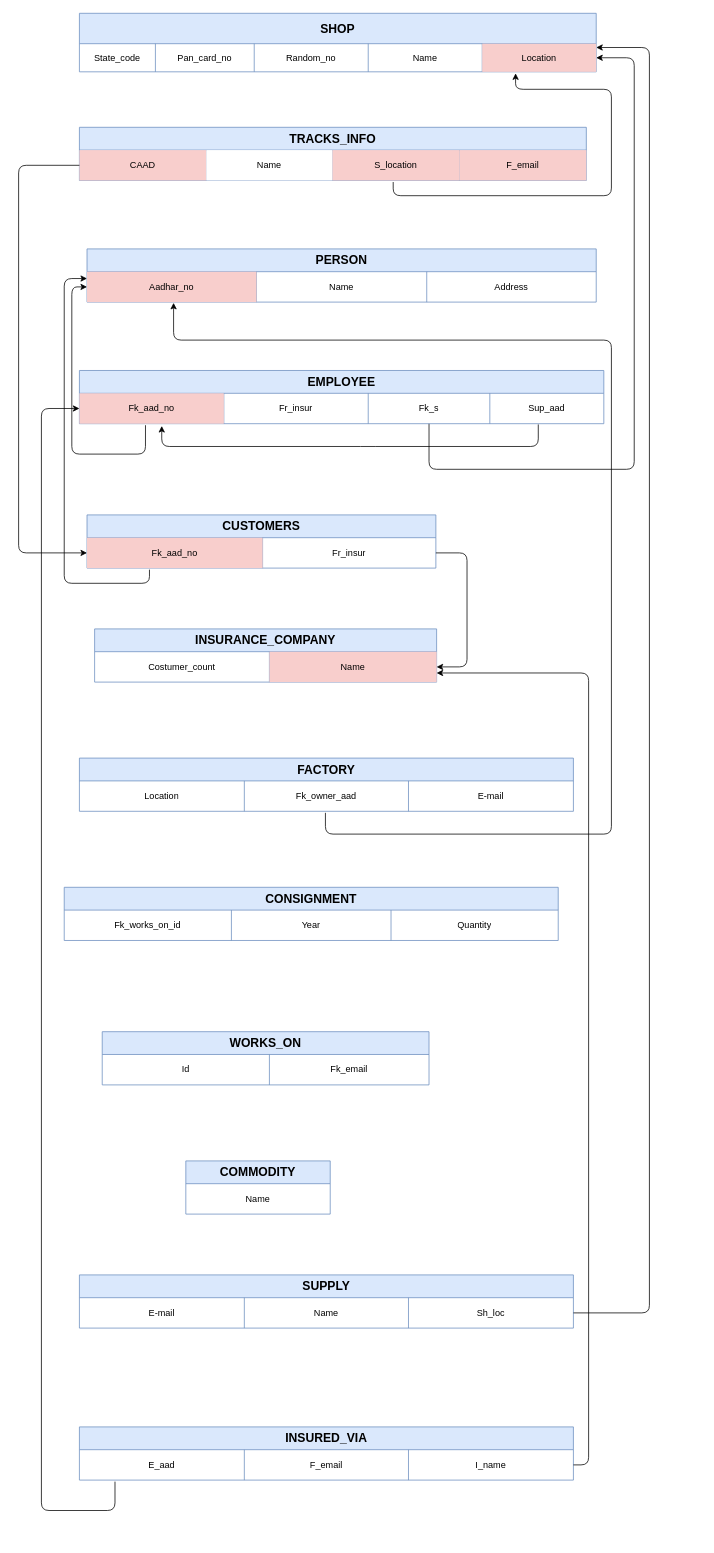
This is Untitled Diagram.drawio from xLeviackermanX/da_link, a draw.io file, before an edit. Source tidied: cells renumbered, new cells numbered last; positions are measured from the earlier drawing's top-left corner, leaving out a move shared by most shapes. Both pictures are drawn from the tidied source at 76%, with x=0, y=0 at pixel (18, 13).
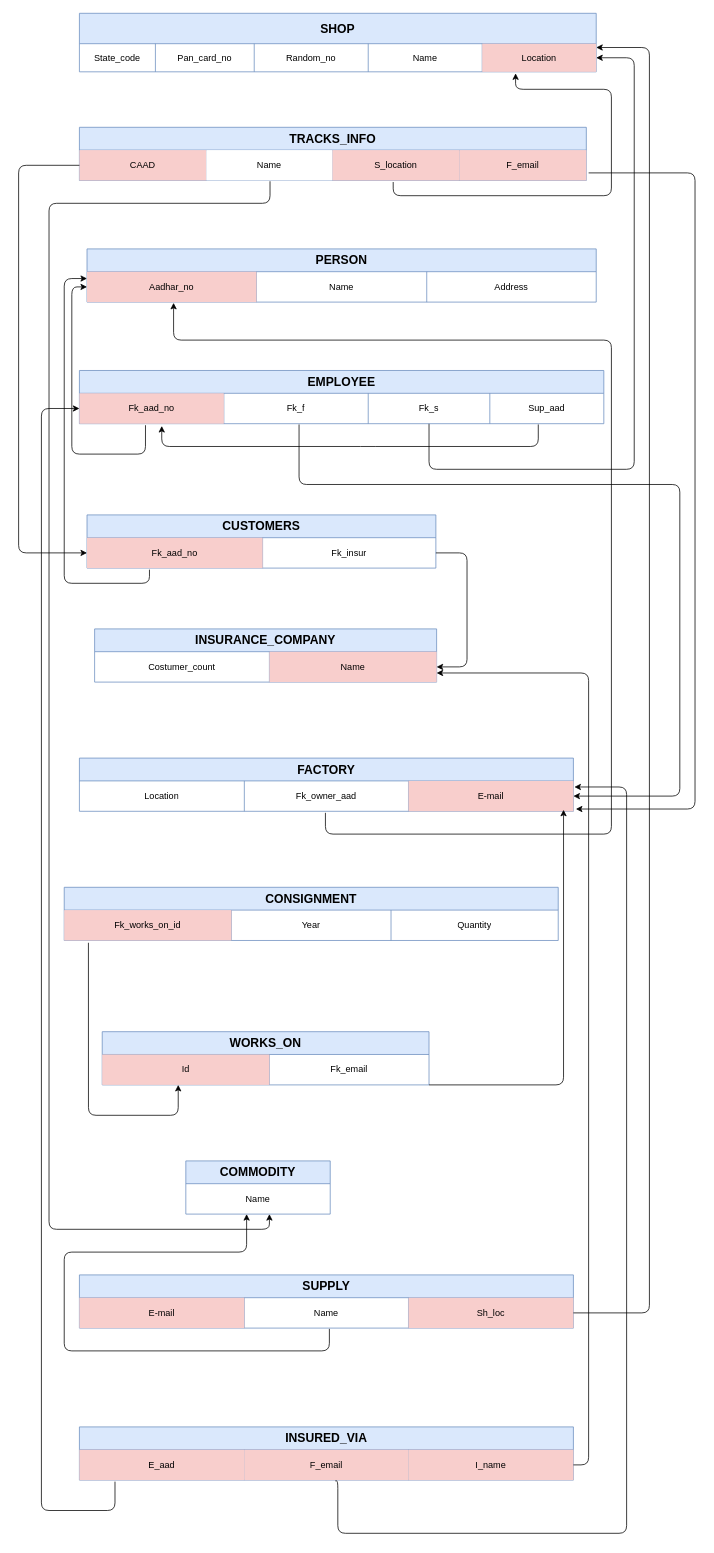
After the change.

The change refers to these unchanged cells:
```xml
<mxCell id="10" style="shape=partialRectangle;html=1;whiteSpace=wrap;fillColor=none;top=0;left=0;bottom=0;right=0;points=[[0,0.5],[1,0.5]];portConstraint=eastwest;" parent="9" vertex="1">
  <mxGeometry y="30" width="667" height="40" as="geometry" />
</mxCell>
<mxCell id="21" style="shape=partialRectangle;html=1;whiteSpace=wrap;fillColor=none;top=0;left=0;bottom=0;right=0;points=[[0,0.5],[1,0.5]];portConstraint=eastwest;" parent="20" vertex="1">
  <mxGeometry y="30" width="459" height="40" as="geometry" />
</mxCell>
<mxCell id="31" style="shape=partialRectangle;html=1;whiteSpace=wrap;fillColor=none;top=0;left=0;bottom=0;right=0;points=[[0,0.5],[1,0.5]];portConstraint=eastwest;" parent="30" vertex="1">
  <mxGeometry y="30" width="650" height="40" as="geometry" />
</mxCell>
<mxCell id="36" style="shape=partialRectangle;html=1;whiteSpace=wrap;fillColor=none;top=0;left=0;bottom=0;right=0;points=[[0,0.5],[1,0.5]];portConstraint=eastwest;" parent="35" vertex="1">
  <mxGeometry y="30" width="690" height="40" as="geometry" />
</mxCell>
<mxCell id="43" style="shape=partialRectangle;html=1;whiteSpace=wrap;fillColor=none;top=0;left=0;bottom=0;right=0;points=[[0,0.5],[1,0.5]];portConstraint=eastwest;" parent="42" vertex="1">
  <mxGeometry y="30" width="650" height="40" as="geometry" />
</mxCell>
<mxCell id="48" style="shape=partialRectangle;html=1;whiteSpace=wrap;fillColor=none;top=0;left=0;bottom=0;right=0;points=[[0,0.5],[1,0.5]];portConstraint=eastwest;" parent="47" vertex="1">
  <mxGeometry y="30" width="650" height="40" as="geometry" />
</mxCell>
<mxCell id="53" style="shape=partialRectangle;html=1;whiteSpace=wrap;fillColor=none;top=0;left=0;bottom=0;right=0;points=[[0,0.5],[1,0.5]];portConstraint=eastwest;" parent="52" vertex="1">
  <mxGeometry y="30" width="650" height="40" as="geometry" />
</mxCell>
<mxCell id="58" style="shape=partialRectangle;html=1;whiteSpace=wrap;fillColor=none;top=0;left=0;bottom=0;right=0;" parent="57" vertex="1">
  <mxGeometry y="30" width="430" height="40" as="geometry" />
</mxCell>
```

Diff of the diagram source:
```diff
@@
-    <mxCell id="23" value="Fr_insur" style="shape=partialRectangle;html=1;whiteSpace=wrap;fillColor=none;top=0;left=0;bottom=0;right=0;overflow=hidden;" parent="21" vertex="1">
+    <mxCell id="23" value="Fk_insur" style="shape=partialRectangle;html=1;whiteSpace=wrap;fillColor=none;top=0;left=0;bottom=0;right=0;overflow=hidden;" parent="21" vertex="1">
       <mxGeometry x="231" width="228" height="40" as="geometry" />
     </mxCell>
@@
-    <mxCell id="34" value="E-mail" style="shape=partialRectangle;html=1;whiteSpace=wrap;fillColor=none;top=0;left=0;bottom=0;right=0;overflow=hidden;" parent="31" vertex="1">
+    <mxCell id="34" value="E-mail" style="shape=partialRectangle;html=1;whiteSpace=wrap;fillColor=#f8cecc;top=0;left=0;bottom=0;right=0;overflow=hidden;strokeColor=#b85450;" parent="31" vertex="1">
       <mxGeometry x="433" width="217" height="40" as="geometry" />
     </mxCell>
@@
-    <mxCell id="38" value="Fr_insur" style="shape=partialRectangle;html=1;whiteSpace=wrap;fillColor=none;top=0;left=0;bottom=0;right=0;overflow=hidden;" parent="36" vertex="1">
+    <mxCell id="38" value="Fk_f" style="shape=partialRectangle;html=1;whiteSpace=wrap;fillColor=none;top=0;left=0;bottom=0;right=0;overflow=hidden;" parent="36" vertex="1">
       <mxGeometry x="190" width="190" height="40" as="geometry" />
     </mxCell>
@@
-    <mxCell id="44" value="E_aad" style="shape=partialRectangle;html=1;whiteSpace=wrap;fillColor=none;top=0;left=0;bottom=0;right=0;overflow=hidden;" parent="43" vertex="1">
+    <mxCell id="44" value="E_aad" style="shape=partialRectangle;html=1;whiteSpace=wrap;fillColor=#f8cecc;top=0;left=0;bottom=0;right=0;overflow=hidden;strokeColor=#b85450;" parent="43" vertex="1">
       <mxGeometry width="217" height="40" as="geometry" />
     </mxCell>
-    <mxCell id="45" value="F_email" style="shape=partialRectangle;html=1;whiteSpace=wrap;fillColor=none;top=0;left=0;bottom=0;right=0;overflow=hidden;" parent="43" vertex="1">
+    <mxCell id="45" value="F_email" style="shape=partialRectangle;html=1;whiteSpace=wrap;fillColor=#f8cecc;top=0;left=0;bottom=0;right=0;overflow=hidden;strokeColor=#b85450;" parent="43" vertex="1">
       <mxGeometry x="217" width="216" height="40" as="geometry" />
     </mxCell>
-    <mxCell id="46" value="I_name" style="shape=partialRectangle;html=1;whiteSpace=wrap;fillColor=none;top=0;left=0;bottom=0;right=0;overflow=hidden;" parent="43" vertex="1">
+    <mxCell id="46" value="I_name" style="shape=partialRectangle;html=1;whiteSpace=wrap;fillColor=#f8cecc;top=0;left=0;bottom=0;right=0;overflow=hidden;strokeColor=#b85450;" parent="43" vertex="1">
       <mxGeometry x="433" width="217" height="40" as="geometry" />
     </mxCell>
@@
-    <mxCell id="49" value="E-mail" style="shape=partialRectangle;html=1;whiteSpace=wrap;fillColor=none;top=0;left=0;bottom=0;right=0;overflow=hidden;" parent="48" vertex="1">
+    <mxCell id="49" value="E-mail" style="shape=partialRectangle;html=1;whiteSpace=wrap;fillColor=#f8cecc;top=0;left=0;bottom=0;right=0;overflow=hidden;strokeColor=#b85450;" parent="48" vertex="1">
       <mxGeometry width="217" height="40" as="geometry" />
     </mxCell>
@@
-    <mxCell id="51" value="Sh_loc" style="shape=partialRectangle;html=1;whiteSpace=wrap;fillColor=none;top=0;left=0;bottom=0;right=0;overflow=hidden;" parent="48" vertex="1">
+    <mxCell id="51" value="Sh_loc" style="shape=partialRectangle;html=1;whiteSpace=wrap;fillColor=#f8cecc;top=0;left=0;bottom=0;right=0;overflow=hidden;strokeColor=#b85450;" parent="48" vertex="1">
       <mxGeometry x="433" width="217" height="40" as="geometry" />
     </mxCell>
@@
-    <mxCell id="54" value="Fk_works_on_id" style="shape=partialRectangle;html=1;whiteSpace=wrap;fillColor=none;top=0;left=0;bottom=0;right=0;overflow=hidden;" parent="53" vertex="1">
+    <mxCell id="54" value="Fk_works_on_id" style="shape=partialRectangle;html=1;whiteSpace=wrap;fillColor=#f8cecc;top=0;left=0;bottom=0;right=0;overflow=hidden;strokeColor=#b85450;" parent="53" vertex="1">
       <mxGeometry width="220" height="40" as="geometry" />
     </mxCell>
@@
-    <mxCell id="59" value="Id" style="shape=partialRectangle;html=1;whiteSpace=wrap;fillColor=none;top=0;left=0;bottom=0;right=0;overflow=hidden;" parent="58" vertex="1">
+    <mxCell id="59" value="Id" style="shape=partialRectangle;html=1;whiteSpace=wrap;fillColor=#f8cecc;top=0;left=0;bottom=0;right=0;overflow=hidden;strokeColor=#b85450;" parent="58" vertex="1">
       <mxGeometry width="220" height="40" as="geometry" />
     </mxCell>
@@
+    <mxCell id="72" style="edgeStyle=segmentEdgeStyle;endArrow=classic;html=1;" parent="1" edge="1" target="31">
+      <mxGeometry relative="1" as="geometry">
+        <mxPoint x="369" y="541" as="sourcePoint" />
+        <Array as="points">
+          <mxPoint x="369" y="620" />
+          <mxPoint x="870" y="620" />
+          <mxPoint x="870" y="1030" />
+        </Array>
+      </mxGeometry>
+    </mxCell>
+    <mxCell id="73" style="edgeStyle=segmentEdgeStyle;endArrow=classic;html=1;entryX=1.005;entryY=0.925;entryDx=0;entryDy=0;entryPerimeter=0;" parent="1" edge="1" target="31">
+      <mxGeometry relative="1" as="geometry">
+        <mxPoint x="750" y="210" as="sourcePoint" />
+        <Array as="points">
+          <mxPoint x="890" y="210" />
+          <mxPoint x="890" y="1047" />
+        </Array>
+      </mxGeometry>
+    </mxCell>
+    <mxCell id="74" style="edgeStyle=segmentEdgeStyle;endArrow=classic;html=1;entryX=0.98;entryY=0.95;entryDx=0;entryDy=0;entryPerimeter=0;" parent="1" edge="1" target="31">
+      <mxGeometry relative="1" as="geometry">
+        <mxPoint x="540" y="1410" as="sourcePoint" />
+      </mxGeometry>
+    </mxCell>
+    <mxCell id="75" style="edgeStyle=segmentEdgeStyle;endArrow=classic;html=1;exitX=0.518;exitY=1.025;exitDx=0;exitDy=0;exitPerimeter=0;entryX=1.002;entryY=0.2;entryDx=0;entryDy=0;entryPerimeter=0;" parent="1" edge="1" source="43" target="31">
+      <mxGeometry relative="1" as="geometry">
+        <Array as="points">
+          <mxPoint x="420" y="1931" />
+          <mxPoint x="420" y="2000" />
+          <mxPoint x="800" y="2000" />
+          <mxPoint x="800" y="1018" />
+        </Array>
+      </mxGeometry>
+    </mxCell>
+    <mxCell id="76" style="edgeStyle=segmentEdgeStyle;endArrow=classic;html=1;exitX=0.049;exitY=1.075;exitDx=0;exitDy=0;exitPerimeter=0;" parent="1" edge="1" source="53">
+      <mxGeometry relative="1" as="geometry">
+        <mxPoint x="210" y="1410" as="targetPoint" />
+        <Array as="points">
+          <mxPoint x="92" y="1450" />
+          <mxPoint x="210" y="1450" />
+        </Array>
+      </mxGeometry>
+    </mxCell>
+    <mxCell id="77" style="edgeStyle=segmentEdgeStyle;endArrow=classic;html=1;exitX=0.376;exitY=1.025;exitDx=0;exitDy=0;exitPerimeter=0;" parent="1" edge="1" source="10">
+      <mxGeometry relative="1" as="geometry">
+        <mxPoint x="330" y="1580" as="targetPoint" />
+        <Array as="points">
+          <mxPoint x="331" y="250" />
+          <mxPoint x="40" y="250" />
+          <mxPoint x="40" y="1600" />
+          <mxPoint x="330" y="1600" />
+        </Array>
+      </mxGeometry>
+    </mxCell>
+    <mxCell id="78" style="edgeStyle=segmentEdgeStyle;endArrow=classic;html=1;exitX=0.506;exitY=1.025;exitDx=0;exitDy=0;exitPerimeter=0;" parent="1" edge="1" source="48">
+      <mxGeometry relative="1" as="geometry">
+        <mxPoint x="300" y="1580" as="targetPoint" />
+        <Array as="points">
+          <mxPoint x="409" y="1760" />
+          <mxPoint x="60" y="1760" />
+          <mxPoint x="60" y="1630" />
+          <mxPoint x="300" y="1630" />
+        </Array>
+      </mxGeometry>
+    </mxCell>
```
